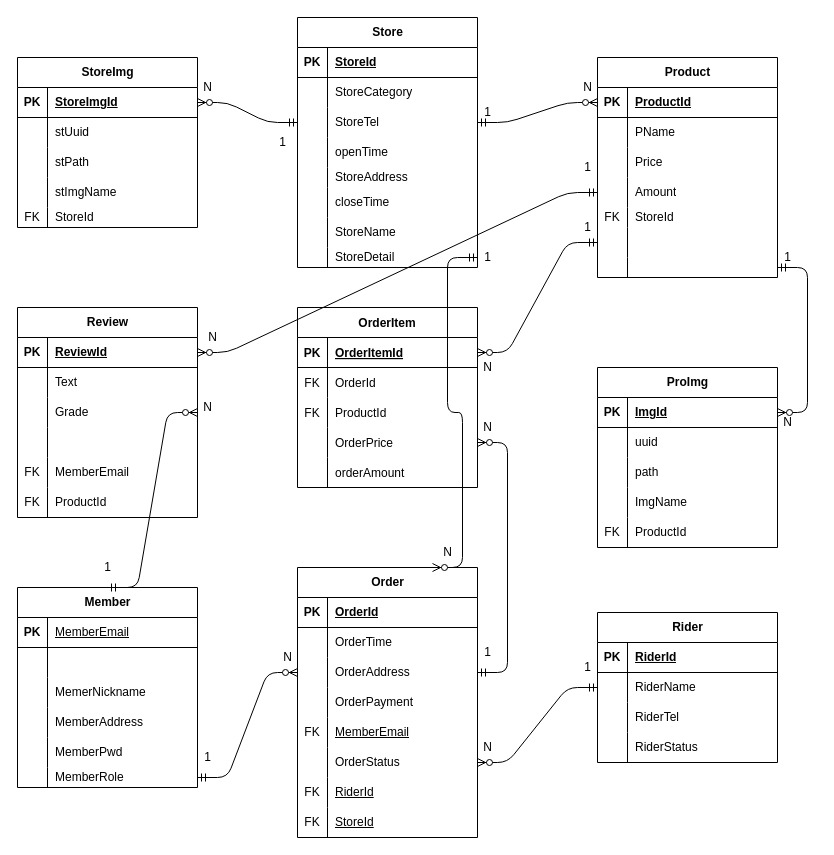
Above: src/main/java/com/example/sijangtong/erd/sijangtong.drawio in brian110326/sijangtong (draw.io), before the change. Source tidied: cells renumbered, new cells numbered last; positions are measured from the earlier drawing's top-left corner, leaving out a move shared by most shapes. Both pictures are drawn from the tidied source at 100%, with x=0, y=0 at pixel (17, 17).
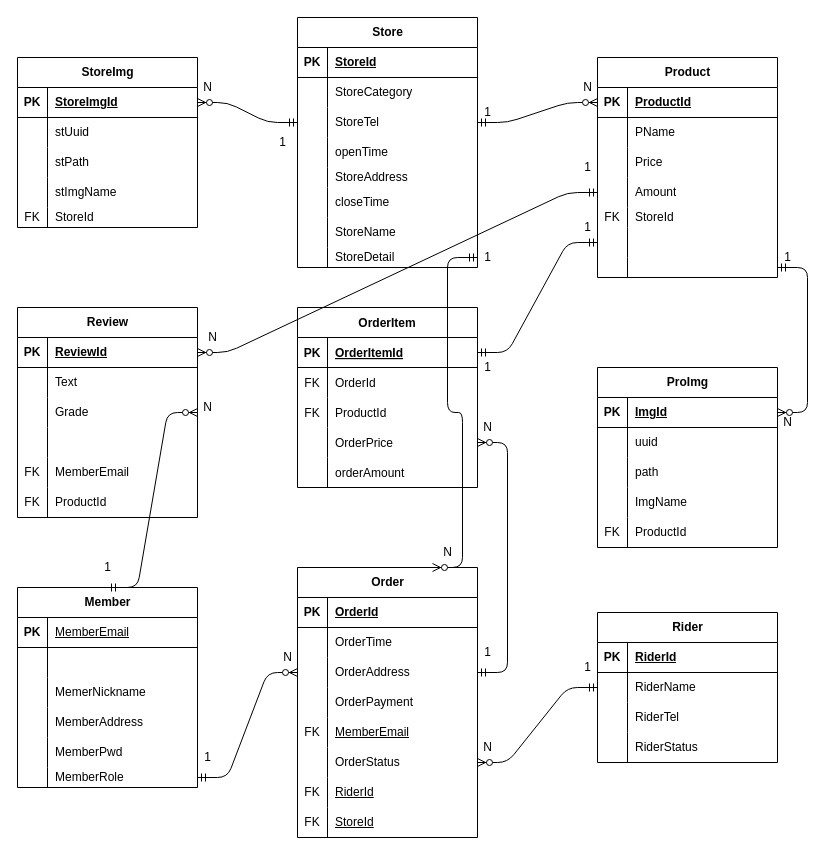
The same page after the edit.

The change refers to these unchanged cells:
```xml
<mxCell id="43" style="shape=tableRow;horizontal=0;startSize=0;swimlaneHead=0;swimlaneBody=0;fillColor=none;points=[[0,0.5],[1,0.5]];portConstraint=eastwest;top=0;left=0;right=0;bottom=0;" parent="27" vertex="1">
  <mxGeometry y="170" width="180" height="30" as="geometry" />
</mxCell>
<mxCell id="129" style="shape=tableRow;horizontal=0;startSize=0;swimlaneHead=0;swimlaneBody=0;fillColor=none;points=[[0,0.5],[1,0.5]];portConstraint=eastwest;top=0;left=0;right=0;bottom=1;" parent="128" vertex="1">
  <mxGeometry y="30" width="180" height="30" as="geometry" />
</mxCell>
```

Diff of the diagram source:
```diff
@@
-    <mxCell id="176" style="edgeStyle=entityRelationEdgeStyle;fontSize=12;html=1;endArrow=ERzeroToMany;startArrow=ERmandOne;exitX=0;exitY=0.5;exitDx=0;exitDy=0;entryX=1;entryY=0.5;entryDx=0;entryDy=0;" parent="1" edge="1" source="43" target="129">
-      <mxGeometry relative="1" as="geometry" />
-    </mxCell>
@@
-    <mxCell id="186" value="N" style="text;html=1;align=center;verticalAlign=middle;strokeColor=none;fillColor=none;" parent="1" vertex="1">
-      <mxGeometry x="455" y="335" width="30" height="30" as="geometry" />
-    </mxCell>
@@
+    <mxCell id="203" style="edgeStyle=entityRelationEdgeStyle;fontSize=12;html=1;endArrow=ERmandOne;startArrow=ERmandOne;exitX=1;exitY=0.5;exitDx=0;exitDy=0;entryX=0;entryY=0.5;entryDx=0;entryDy=0;" parent="1" edge="1" source="129" target="43">
+      <mxGeometry relative="1" as="geometry" />
+    </mxCell>
+    <mxCell id="204" value="1" style="text;html=1;align=center;verticalAlign=middle;strokeColor=none;fillColor=none;" parent="1" vertex="1">
+      <mxGeometry x="455" y="335" width="30" height="30" as="geometry" />
+    </mxCell>
```
